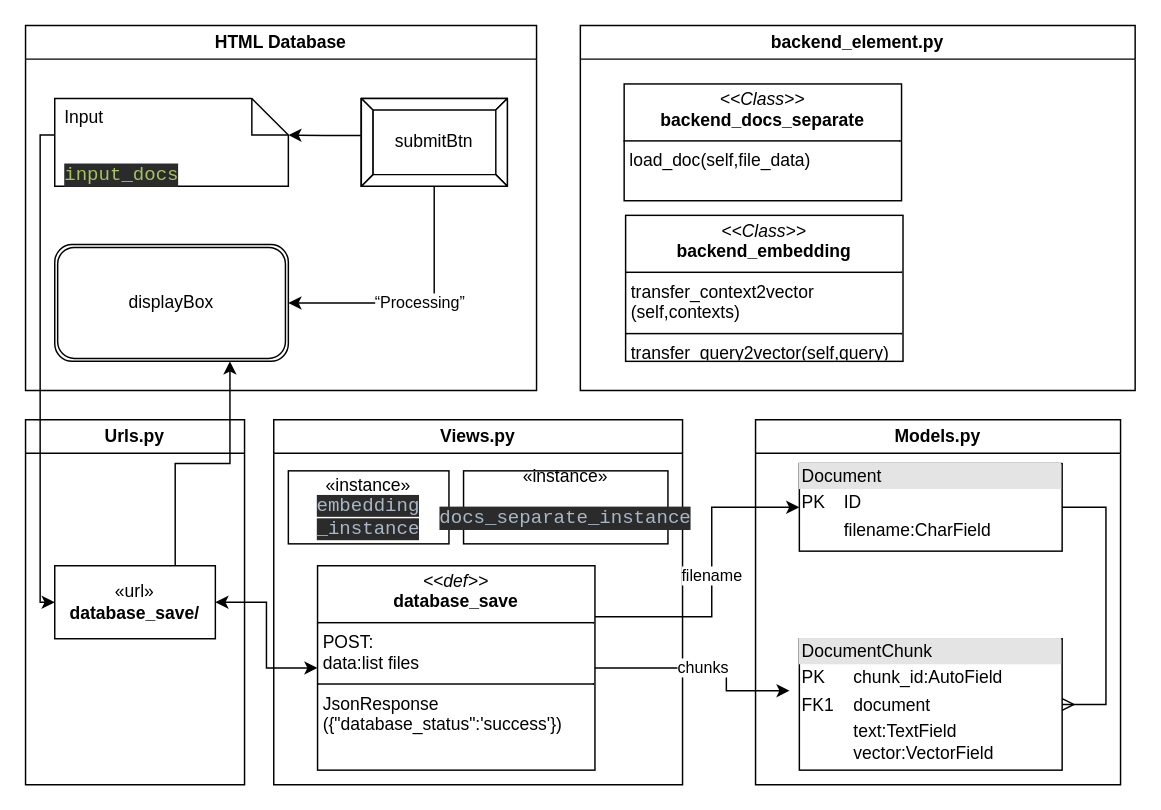
Earlier version of the draw.io diagram page "Database_input" (1 of 3) of Database management page.drawio (rabbliiton/cs21_flowchart). Source tidied: cells renumbered, new cells numbered last; positions are measured from the earlier drawing's top-left corner, leaving out a move shared by most shapes. Both pictures are drawn from the tidied source at 146%, with x=0, y=0 at pixel (25, 25).
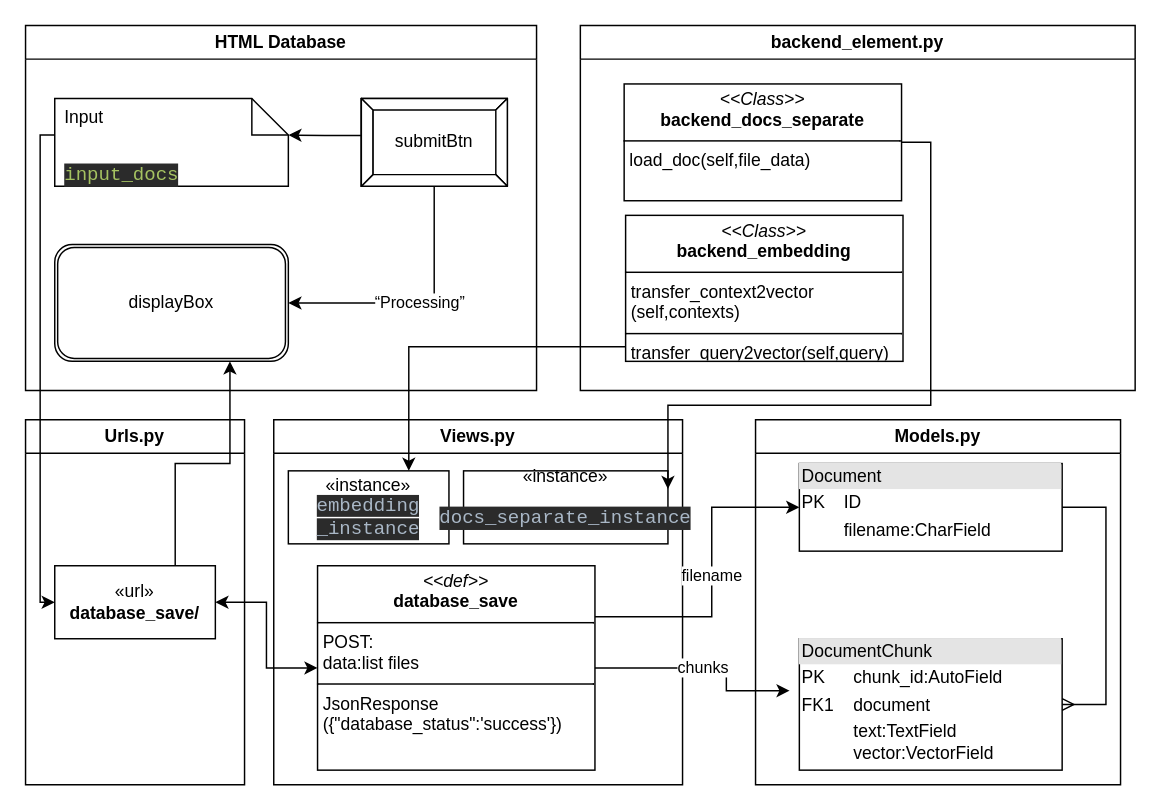
The same diagram, later.

Unchanged cells that the change refers to:
```xml
<mxCell id="9" value="«instance»&lt;br&gt;&lt;span style=&quot;background-color: rgb(43, 43, 43); color: rgb(169, 183, 198); font-family: &amp;quot;JetBrains Mono&amp;quot;, monospace; font-size: 9.8pt;&quot;&gt;embedding&lt;/span&gt;&lt;div&gt;&lt;span style=&quot;background-color: rgb(43, 43, 43); color: rgb(169, 183, 198); font-family: &amp;quot;JetBrains Mono&amp;quot;, monospace; font-size: 9.8pt;&quot;&gt;_instance&lt;/span&gt;&lt;/div&gt;" style="html=1;whiteSpace=wrap;" parent="7" vertex="1">
  <mxGeometry x="10" y="35" width="110" height="50" as="geometry" />
</mxCell>
<mxCell id="10" value="«instance»&lt;br&gt;&lt;div style=&quot;background-color:#2b2b2b;color:#a9b7c6;font-family:'JetBrains Mono',monospace;font-size:9.8pt;&quot;&gt;&lt;pre&gt;docs_separate_instance&lt;/pre&gt;&lt;/div&gt;" style="html=1;whiteSpace=wrap;" parent="7" vertex="1">
  <mxGeometry x="130" y="35" width="140" height="50" as="geometry" />
</mxCell>
<mxCell id="26" value="&lt;p style=&quot;margin:0px;margin-top:4px;text-align:center;&quot;&gt;&lt;i&gt;&amp;lt;&amp;lt;Class&amp;gt;&amp;gt;&lt;/i&gt;&lt;br&gt;&lt;b&gt;backend_docs_separate&lt;/b&gt;&lt;br&gt;&lt;/p&gt;&lt;hr size=&quot;1&quot; style=&quot;border-style:solid;&quot;&gt;&lt;p style=&quot;margin:0px;margin-left:4px;&quot;&gt;load_doc(self,file_data)&lt;/p&gt;&lt;p style=&quot;margin:0px;margin-left:4px;&quot;&gt;&lt;br&gt;&lt;/p&gt;" style="verticalAlign=top;align=left;overflow=fill;html=1;whiteSpace=wrap;" parent="25" vertex="1">
  <mxGeometry x="30" y="40" width="190" height="80" as="geometry" />
</mxCell>
<mxCell id="27" value="&lt;p style=&quot;margin:0px;margin-top:4px;text-align:center;&quot;&gt;&lt;i&gt;&amp;lt;&amp;lt;&lt;/i&gt;&lt;i&gt;Class&lt;/i&gt;&lt;i&gt;&amp;gt;&amp;gt;&lt;/i&gt;&lt;br&gt;&lt;b&gt;backend_embedding&lt;/b&gt;&lt;br&gt;&lt;/p&gt;&lt;hr size=&quot;1&quot; style=&quot;border-style:solid;&quot;&gt;&lt;p style=&quot;margin:0px;margin-left:4px;&quot;&gt;transfer_context2vector&lt;/p&gt;&lt;p style=&quot;margin:0px;margin-left:4px;&quot;&gt;(self,contexts)&lt;br&gt;&lt;/p&gt;&lt;hr size=&quot;1&quot; style=&quot;border-style:solid;&quot;&gt;&lt;p style=&quot;margin:0px;margin-left:4px;&quot;&gt;transfer_query2vector(self,query)&lt;br&gt;&lt;/p&gt;" style="verticalAlign=top;align=left;overflow=fill;html=1;whiteSpace=wrap;" parent="25" vertex="1">
  <mxGeometry x="31" y="130" width="190" height="100" as="geometry" />
</mxCell>
```

Change to the diagram source:
```diff
@@
+    <mxCell id="28" style="edgeStyle=orthogonalEdgeStyle;rounded=0;jettySize=auto;html=1;entryX=1;entryY=0.25;entryDx=0;entryDy=0;exitX=1;exitY=0.5;exitDx=0;exitDy=0;" parent="1" edge="1" source="26" target="10">
+      <mxGeometry relative="1" as="geometry">
+        <Array as="points">
+          <mxPoint x="620" y="80" />
+          <mxPoint x="620" y="260" />
+          <mxPoint x="440" y="260" />
+        </Array>
+      </mxGeometry>
+    </mxCell>
+    <mxCell id="29" style="edgeStyle=orthogonalEdgeStyle;rounded=0;jettySize=auto;html=1;entryX=0.75;entryY=0;entryDx=0;entryDy=0;" parent="1" edge="1" source="27" target="9">
+      <mxGeometry relative="1" as="geometry">
+        <Array as="points">
+          <mxPoint x="263" y="220" />
+        </Array>
+      </mxGeometry>
+    </mxCell>
```
